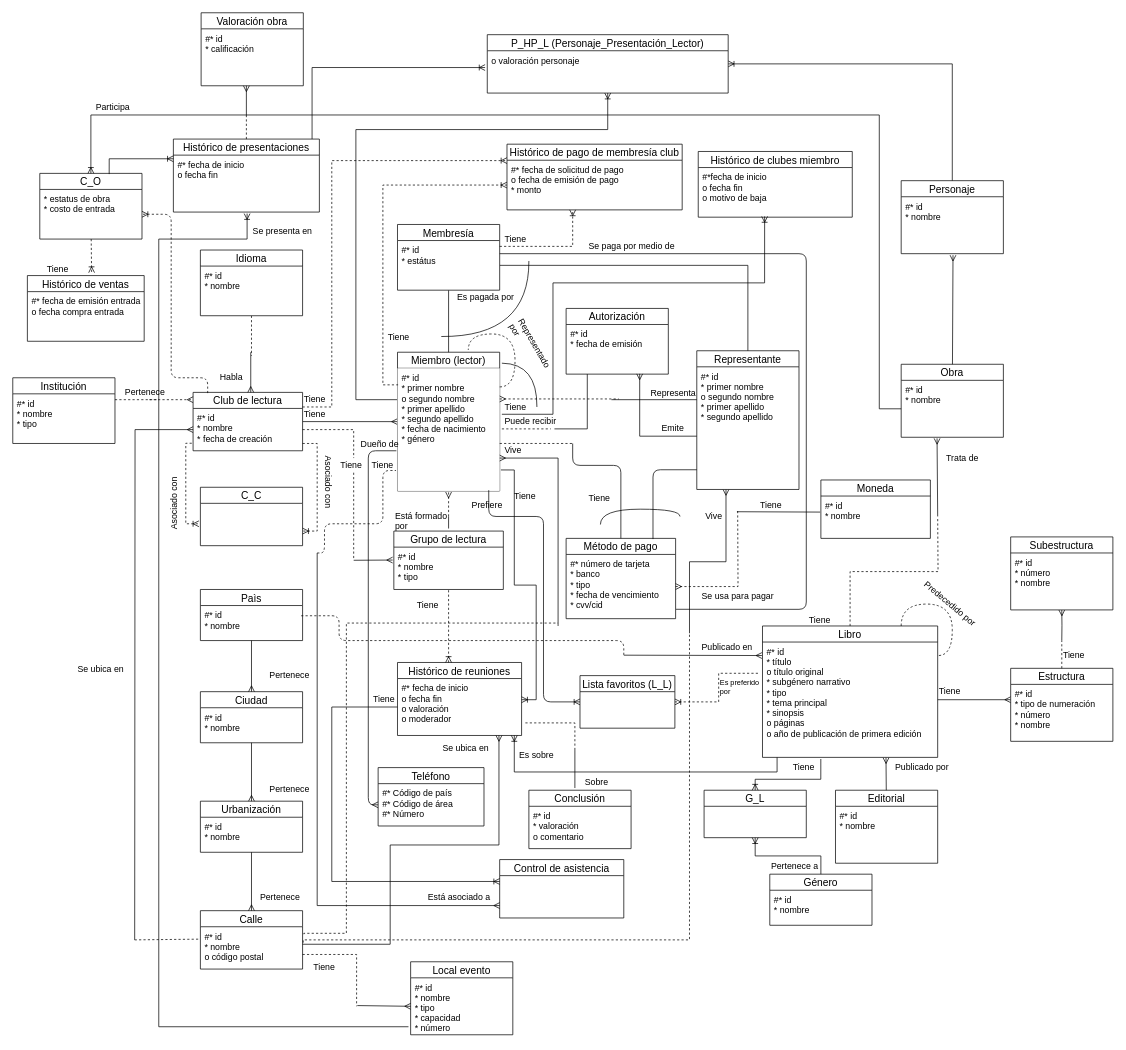
Before: DB I/Hopefully this will be the last ER.drawio in NeutronBlast/IS-Ex, a draw.io diagram. Source tidied: cells renumbered, new cells numbered last; positions are measured from the earlier drawing's top-left corner, leaving out a move shared by most shapes. Both pictures are drawn from the tidied source at 73%, with x=0, y=0 at pixel (12, 12).
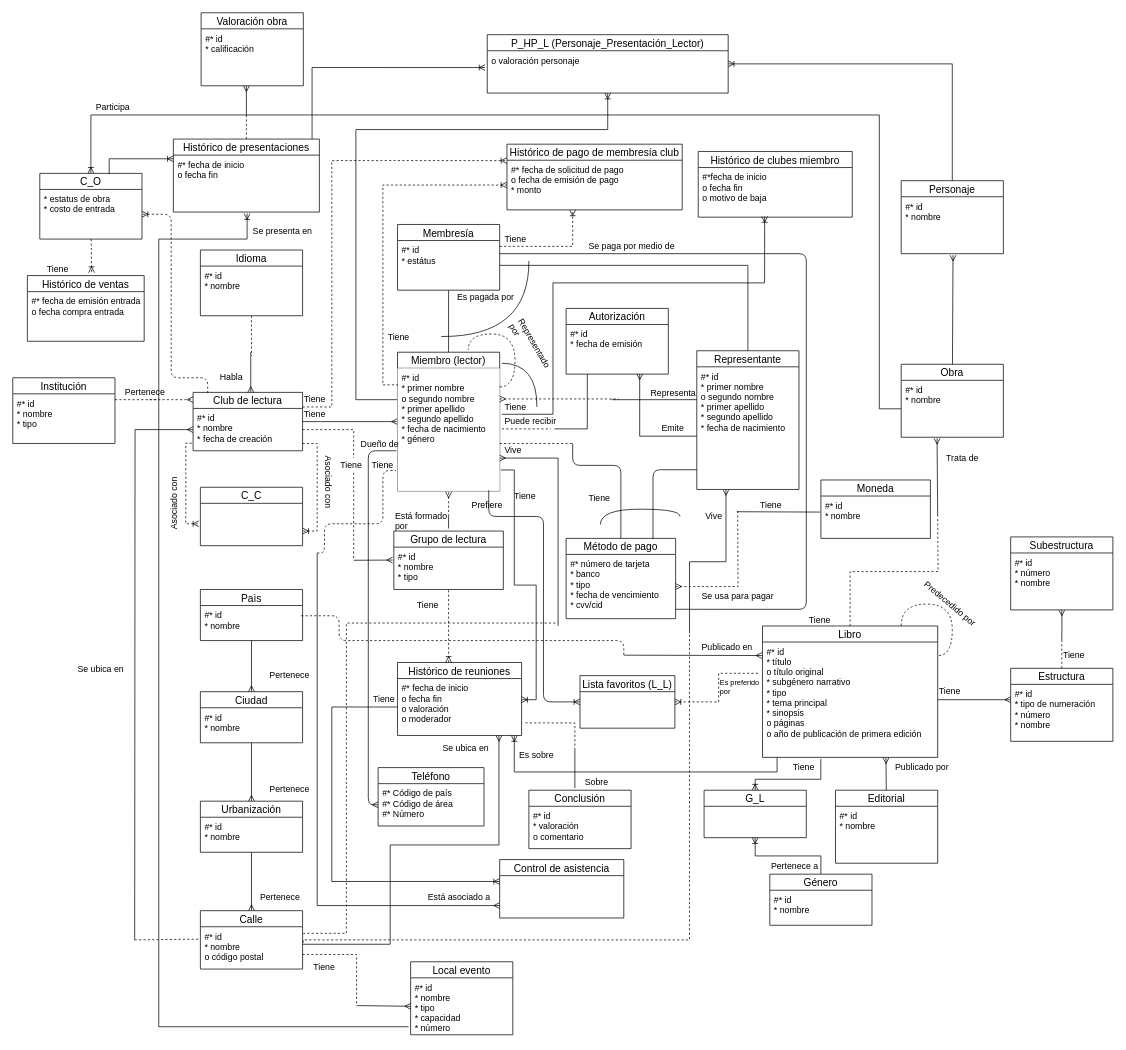
After the change.

The change refers to these unchanged cells:
```xml
<mxCell id="39" value="Representante" style="swimlane;fontStyle=0;horizontal=1;startSize=22;fillColor=none;swimlaneFillColor=#ffffff;align=center;fontSize=14;" parent="1" vertex="1">
  <mxGeometry x="937" y="463" width="140" height="190" as="geometry" />
</mxCell>
```

The edit, as a diff of the source:
```diff
@@
-    <mxCell id="40" value="#* id&#10;* primer nombre&#10;o segundo nombre&#10;* primer apellido&#10;* segundo apellido&#10;" style="text;strokeColor=none;fillColor=none;spacingLeft=4;spacingRight=4;overflow=hidden;points=[[0,0.5],[1,0.5]];portConstraint=eastwest;fontSize=12;" parent="39" vertex="1">
+    <mxCell id="40" value="#* id&#10;* primer nombre&#10;o segundo nombre&#10;* primer apellido&#10;* segundo apellido&#10;* fecha de nacimiento&#10;" style="text;strokeColor=none;fillColor=none;spacingLeft=4;spacingRight=4;overflow=hidden;points=[[0,0.5],[1,0.5]];portConstraint=eastwest;fontSize=12;" parent="39" vertex="1">
       <mxGeometry y="22" width="140" height="168" as="geometry" />
     </mxCell>
```
